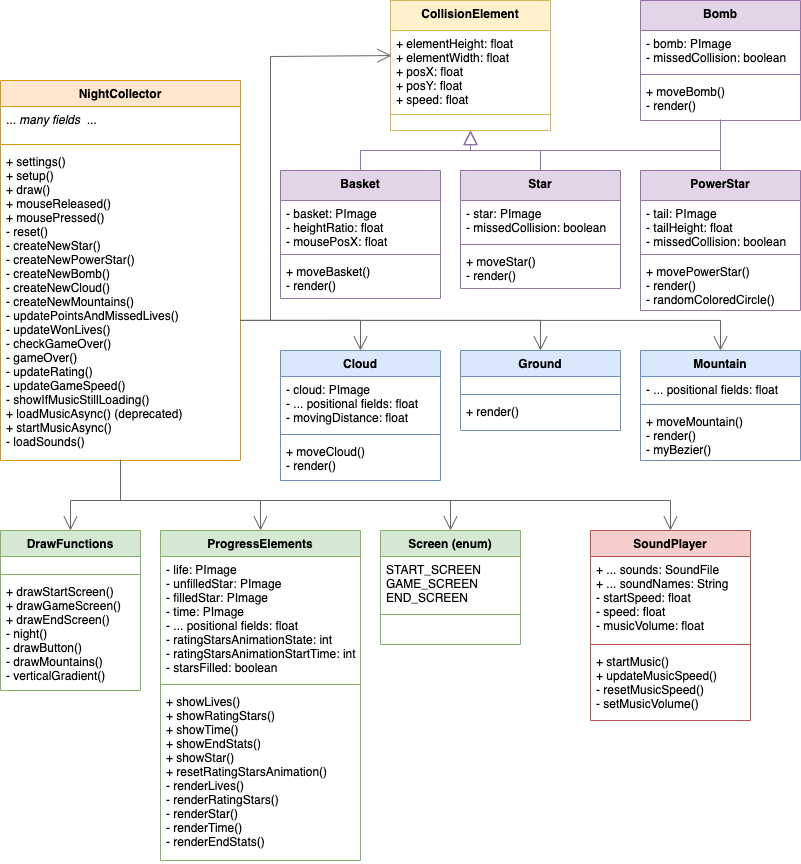
Before: docs/Class-diagram-Night-Collector.png, a diagram exported from draw.io (LouisaRe/NightCollector). Source tidied: cells renumbered, new cells last; positions are measured from the earlier drawing's top-left corner, leaving out a move shared by most shapes.
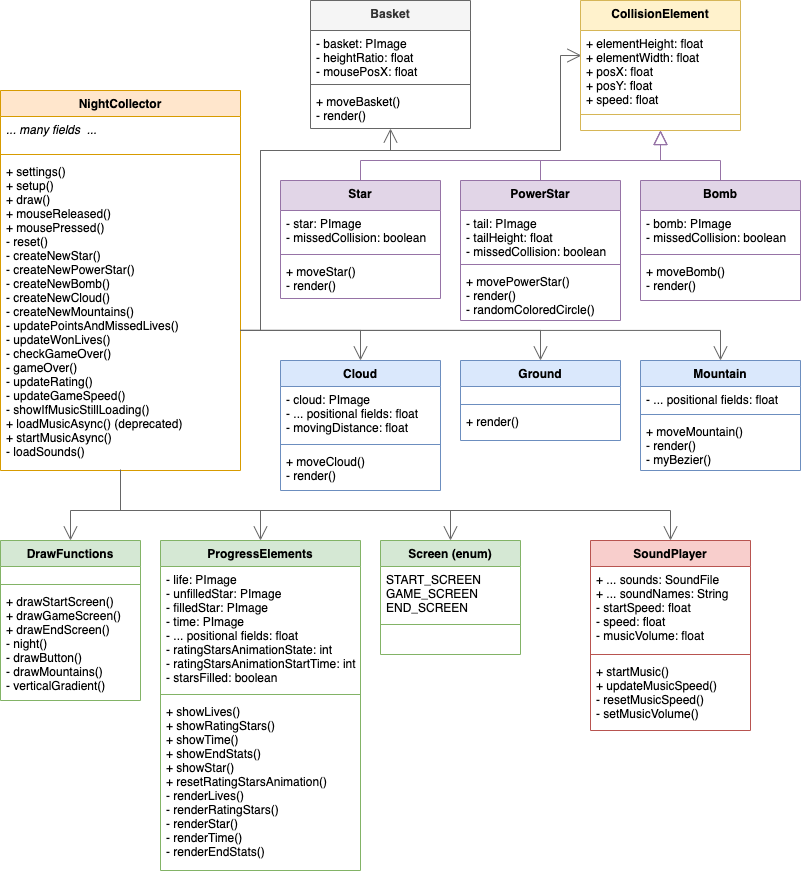
The same diagram one commit later.

Commit message:
updated class diagram

What changed in the source:
```diff
@@ -42,13 +42,15 @@
       <mxGeometry relative="1" as="geometry">
         <mxPoint x="240" y="320" as="sourcePoint" />
         <Array as="points">
-          <mxPoint x="270" y="320" />
-          <mxPoint x="270" y="56" />
+          <mxPoint x="260" y="320" />
+          <mxPoint x="260" y="140" />
+          <mxPoint x="560" y="140" />
+          <mxPoint x="560" y="45" />
         </Array>
       </mxGeometry>
     </mxCell>
     <mxCell id="15" value="CollisionElement" style="swimlane;fontStyle=1;align=center;verticalAlign=top;horizontal=1;startSize=30;fillColor=#fff2cc;strokeColor=#d6b656;" parent="1" vertex="1">
-      <mxGeometry x="390" width="160" height="130" as="geometry" />
+      <mxGeometry x="580" y="-10" width="160" height="130" as="geometry" />
     </mxCell>
     <mxCell id="16" value="+ elementHeight: float&#10;+ elementWidth: float&#10;+ posX: float&#10;+ posY: float&#10;+ speed: float" style="text;strokeColor=none;fillColor=none;align=left;verticalAlign=top;spacingLeft=4;spacingRight=4;overflow=hidden;points=[[0,0.5],[1,0.5]];portConstraint=eastwest;" parent="15" vertex="1">
       <mxGeometry y="30" width="160" height="80" as="geometry" />
@@ -59,20 +61,20 @@
     <mxCell id="18" value=" " style="text;strokeColor=none;fillColor=none;align=left;verticalAlign=top;spacingLeft=4;spacingRight=4;overflow=hidden;points=[[0,0.5],[1,0.5]];portConstraint=eastwest;" parent="15" vertex="1">
       <mxGeometry y="118" width="160" height="12" as="geometry" />
     </mxCell>
-    <mxCell id="19" value="Basket" style="swimlane;fontStyle=1;align=center;verticalAlign=top;horizontal=1;startSize=30;fillColor=#e1d5e7;strokeColor=#9673a6;" parent="1" vertex="1">
-      <mxGeometry x="280" y="170" width="160" height="128" as="geometry" />
+    <mxCell id="19" value="Basket" style="swimlane;fontStyle=1;align=center;verticalAlign=top;horizontal=1;startSize=30;fillColor=#f5f5f5;strokeColor=#666666;fontColor=#333333;" parent="1" vertex="1">
+      <mxGeometry x="310" y="-10" width="160" height="128" as="geometry" />
     </mxCell>
     <mxCell id="20" value="- basket: PImage&#10;- heightRatio: float&#10;- mousePosX: float" style="text;strokeColor=none;fillColor=none;align=left;verticalAlign=top;spacingLeft=4;spacingRight=4;overflow=hidden;" parent="19" vertex="1">
       <mxGeometry y="30" width="160" height="50" as="geometry" />
     </mxCell>
-    <mxCell id="21" style="line;strokeWidth=1;fillColor=#e1d5e7;align=left;verticalAlign=middle;spacingTop=-1;spacingLeft=3;spacingRight=3;labelPosition=right;strokeColor=#9673a6;" parent="19" vertex="1">
+    <mxCell id="21" style="line;strokeWidth=1;fillColor=#f5f5f5;align=left;verticalAlign=middle;spacingTop=-1;spacingLeft=3;spacingRight=3;labelPosition=right;strokeColor=#666666;fontColor=#333333;" parent="19" vertex="1">
       <mxGeometry y="80" width="160" height="8" as="geometry" />
     </mxCell>
     <mxCell id="22" value="+ moveBasket()&#10;- render() " style="text;strokeColor=none;fillColor=none;align=left;verticalAlign=top;spacingLeft=4;spacingRight=4;overflow=hidden;" parent="19" vertex="1">
       <mxGeometry y="88" width="160" height="40" as="geometry" />
     </mxCell>
     <mxCell id="23" value="Star" style="swimlane;fontStyle=1;align=center;verticalAlign=top;horizontal=1;startSize=30;fillColor=#e1d5e7;strokeColor=#9673a6;" parent="1" vertex="1">
-      <mxGeometry x="460" y="170" width="160" height="118" as="geometry" />
+      <mxGeometry x="280" y="170" width="160" height="118" as="geometry" />
     </mxCell>
     <mxCell id="24" value="- star: PImage&#10;- missedCollision: boolean" style="text;strokeColor=none;fillColor=none;align=left;verticalAlign=top;spacingLeft=4;spacingRight=4;overflow=hidden;" parent="23" vertex="1">
       <mxGeometry y="30" width="160" height="40" as="geometry" />
@@ -84,7 +86,7 @@
       <mxGeometry y="78" width="160" height="40" as="geometry" />
     </mxCell>
     <mxCell id="27" value="PowerStar" style="swimlane;fontStyle=1;align=center;verticalAlign=top;horizontal=1;startSize=30;fillColor=#e1d5e7;strokeColor=#9673a6;" parent="1" vertex="1">
-      <mxGeometry x="640" y="170" width="160" height="140" as="geometry" />
+      <mxGeometry x="460" y="170" width="160" height="140" as="geometry" />
     </mxCell>
     <mxCell id="28" value="- tail: PImage&#10;- tailHeight: float&#10;- missedCollision: boolean" style="text;strokeColor=none;fillColor=none;align=left;verticalAlign=top;spacingLeft=4;spacingRight=4;overflow=hidden;" parent="27" vertex="1">
       <mxGeometry y="30" width="160" height="50" as="geometry" />
@@ -96,7 +98,7 @@
       <mxGeometry y="88" width="160" height="52" as="geometry" />
     </mxCell>
     <mxCell id="31" value="Bomb" style="swimlane;fontStyle=1;align=center;verticalAlign=top;horizontal=1;startSize=30;fillColor=#e1d5e7;strokeColor=#9673a6;" parent="1" vertex="1">
-      <mxGeometry x="640" width="160" height="120" as="geometry" />
+      <mxGeometry x="640" y="170" width="160" height="120" as="geometry" />
     </mxCell>
     <mxCell id="32" value="- bomb: PImage&#10;- missedCollision: boolean" style="text;strokeColor=none;fillColor=none;align=left;verticalAlign=top;spacingLeft=4;spacingRight=4;overflow=hidden;" parent="31" vertex="1">
       <mxGeometry y="30" width="160" height="40" as="geometry" />
@@ -107,39 +109,30 @@
     <mxCell id="34" value="+ moveBomb()&#10;- render()" style="text;strokeColor=none;fillColor=none;align=left;verticalAlign=top;spacingLeft=4;spacingRight=4;overflow=hidden;points=[[0,0.5],[1,0.5]];portConstraint=eastwest;" parent="31" vertex="1">
       <mxGeometry y="78" width="160" height="42" as="geometry" />
     </mxCell>
-    <mxCell id="35" style="edgeStyle=orthogonalEdgeStyle;rounded=0;jettySize=auto;html=1;endArrow=block;endFill=0;startSize=12;endSize=12;exitX=0.5;exitY=0;exitDx=0;exitDy=0;fillColor=#e1d5e7;strokeColor=#9673a6;" parent="1" edge="1" source="19">
-      <mxGeometry relative="1" as="geometry">
-        <mxPoint x="470" y="130" as="targetPoint" />
-        <Array as="points">
-          <mxPoint x="360" y="150" />
-          <mxPoint x="470" y="150" />
-        </Array>
-      </mxGeometry>
-    </mxCell>
     <mxCell id="36" style="edgeStyle=orthogonalEdgeStyle;rounded=0;jettySize=auto;html=1;endArrow=block;endFill=0;startSize=12;endSize=12;exitX=0.5;exitY=0;exitDx=0;exitDy=0;fillColor=#e1d5e7;strokeColor=#9673a6;" parent="1" edge="1" source="27">
       <mxGeometry relative="1" as="geometry">
-        <mxPoint x="470" y="130" as="targetPoint" />
+        <mxPoint x="660" y="120" as="targetPoint" />
         <Array as="points">
-          <mxPoint x="720" y="150" />
-          <mxPoint x="470" y="150" />
+          <mxPoint x="540" y="150" />
+          <mxPoint x="660" y="150" />
         </Array>
       </mxGeometry>
     </mxCell>
-    <mxCell id="37" style="edgeStyle=orthogonalEdgeStyle;rounded=0;jettySize=auto;html=1;endArrow=block;endFill=0;startSize=12;endSize=12;exitX=0.5;exitY=0.976;exitDx=0;exitDy=0;fillColor=#e1d5e7;strokeColor=#9673a6;exitPerimeter=0;" parent="1" edge="1" source="34">
+    <mxCell id="37" style="edgeStyle=orthogonalEdgeStyle;rounded=0;orthogonalLoop=1;jettySize=auto;html=1;endArrow=block;endFill=0;startSize=12;endSize=12;fillColor=#e1d5e7;strokeColor=#9673a6;" parent="1" edge="1">
       <mxGeometry relative="1" as="geometry">
-        <mxPoint x="470" y="130" as="targetPoint" />
+        <mxPoint x="720" y="170" as="sourcePoint" />
+        <mxPoint x="660" y="120" as="targetPoint" />
         <Array as="points">
           <mxPoint x="720" y="150" />
-          <mxPoint x="470" y="150" />
+          <mxPoint x="660" y="150" />
         </Array>
       </mxGeometry>
     </mxCell>
-    <mxCell id="38" style="edgeStyle=orthogonalEdgeStyle;rounded=0;jettySize=auto;html=1;endArrow=block;endFill=0;startSize=12;endSize=12;exitX=0.5;exitY=0;exitDx=0;exitDy=0;fillColor=#e1d5e7;strokeColor=#9673a6;" parent="1" edge="1" source="23">
+    <mxCell id="38" style="edgeStyle=orthogonalEdgeStyle;rounded=0;jettySize=auto;html=1;endArrow=block;endFill=0;startSize=12;endSize=12;exitX=0.5;exitY=0;exitDx=0;exitDy=0;fillColor=#e1d5e7;strokeColor=#9673a6;entryX=0.5;entryY=1;entryDx=0;entryDy=0;entryPerimeter=0;" parent="1" edge="1" source="23" target="18">
       <mxGeometry relative="1" as="geometry">
-        <mxPoint x="470" y="130" as="targetPoint" />
         <Array as="points">
-          <mxPoint x="540" y="150" />
-          <mxPoint x="470" y="150" />
+          <mxPoint x="360" y="150" />
+          <mxPoint x="660" y="150" />
         </Array>
       </mxGeometry>
     </mxCell>
@@ -262,5 +255,15 @@
         </Array>
       </mxGeometry>
     </mxCell>
+    <mxCell id="66" style="edgeStyle=orthogonalEdgeStyle;rounded=0;jettySize=auto;html=1;endArrow=open;endFill=0;startSize=12;endSize=12;fillColor=#f5f5f5;strokeColor=#666666;exitX=1.002;exitY=0.551;exitDx=0;exitDy=0;exitPerimeter=0;entryX=0.5;entryY=1;entryDx=0;entryDy=0;" parent="1" edge="1" target="19">
+      <mxGeometry relative="1" as="geometry">
+        <mxPoint x="240" y="319.9" as="sourcePoint" />
+        <Array as="points">
+          <mxPoint x="260" y="320" />
+          <mxPoint x="260" y="140" />
+          <mxPoint x="390" y="140" />
+        </Array>
+      </mxGeometry>
+    </mxCell>
   </root>
 </mxGraphModel>
```
